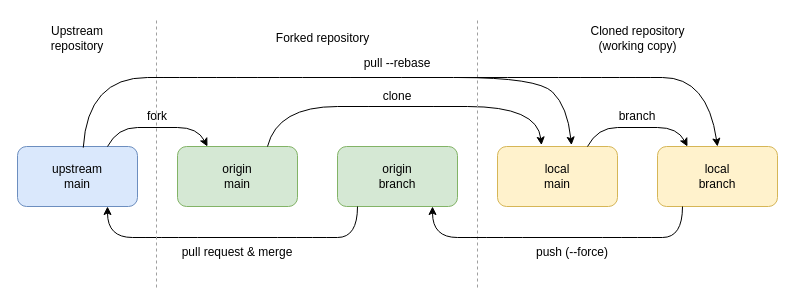
This is episodes/fig/forking_workflow.drawio from HPC-NRW/advanced-git, a draw.io file, before an edit. Source tidied: cells renumbered, new cells numbered last; positions are measured from the earlier drawing's top-left corner, leaving out a move shared by most shapes. Both pictures are drawn from the tidied source at 100%, with x=0, y=0 at pixel (17, 17).
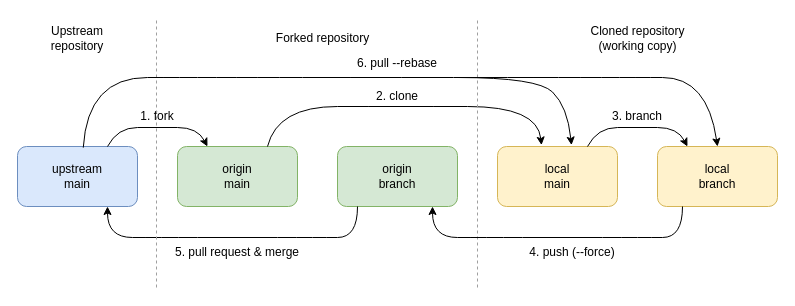
The same diagram, later.

Commit message (it also covers changes not shown here):
add step numbers to the diagram

What changed in the source:
```diff
@@
-    <mxCell id="10" value="fork" style="text;html=1;whiteSpace=wrap;strokeColor=none;fillColor=none;align=center;verticalAlign=middle;rounded=0;" parent="1" vertex="1">
+    <mxCell id="10" value="1. fork" style="text;html=1;whiteSpace=wrap;strokeColor=none;fillColor=none;align=center;verticalAlign=middle;rounded=0;" parent="1" vertex="1">
       <mxGeometry x="110" y="89" width="60" height="20" as="geometry" />
     </mxCell>
-    <mxCell id="11" value="push (--force)" style="text;html=1;whiteSpace=wrap;strokeColor=none;fillColor=none;align=center;verticalAlign=middle;rounded=0;" parent="1" vertex="1">
+    <mxCell id="11" value="4. push (--force)" style="text;html=1;whiteSpace=wrap;strokeColor=none;fillColor=none;align=center;verticalAlign=middle;rounded=0;" parent="1" vertex="1">
       <mxGeometry x="510" y="220" width="90" height="30" as="geometry" />
     </mxCell>
-    <mxCell id="12" value="clone" style="text;html=1;whiteSpace=wrap;strokeColor=none;fillColor=none;align=center;verticalAlign=middle;rounded=0;" parent="1" vertex="1">
+    <mxCell id="12" value="2. clone" style="text;html=1;whiteSpace=wrap;strokeColor=none;fillColor=none;align=center;verticalAlign=middle;rounded=0;" parent="1" vertex="1">
       <mxGeometry x="350" y="69" width="60" height="20" as="geometry" />
     </mxCell>
-    <mxCell id="13" value="branch" style="text;html=1;whiteSpace=wrap;strokeColor=none;fillColor=none;align=center;verticalAlign=middle;rounded=0;" parent="1" vertex="1">
+    <mxCell id="13" value="3. branch" style="text;html=1;whiteSpace=wrap;strokeColor=none;fillColor=none;align=center;verticalAlign=middle;rounded=0;" parent="1" vertex="1">
       <mxGeometry x="590" y="89" width="60" height="20" as="geometry" />
     </mxCell>
@@
-    <mxCell id="16" value="pull request &amp;amp; merge" style="text;html=1;whiteSpace=wrap;strokeColor=none;fillColor=none;align=center;verticalAlign=middle;rounded=0;" parent="1" vertex="1">
+    <mxCell id="16" value="5. pull request &amp;amp; merge" style="text;html=1;whiteSpace=wrap;strokeColor=none;fillColor=none;align=center;verticalAlign=middle;rounded=0;" parent="1" vertex="1">
       <mxGeometry x="150" y="225" width="140" height="20" as="geometry" />
     </mxCell>
@@
-    <mxCell id="22" value="pull --rebase" style="text;html=1;whiteSpace=wrap;strokeColor=none;fillColor=none;align=center;verticalAlign=middle;rounded=0;" parent="1" vertex="1">
+    <mxCell id="22" value="6. pull --rebase" style="text;html=1;whiteSpace=wrap;strokeColor=none;fillColor=none;align=center;verticalAlign=middle;rounded=0;" parent="1" vertex="1">
       <mxGeometry x="335" y="36" width="90" height="20" as="geometry" />
     </mxCell>
```
